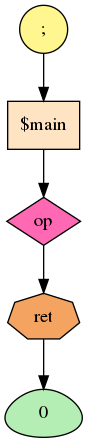
Above: my_dot/temp.png in BiscuitsLayer/9_MyLanguage (Graphviz), before the change. Its source is kept beside it as my_dot/temp.dot.
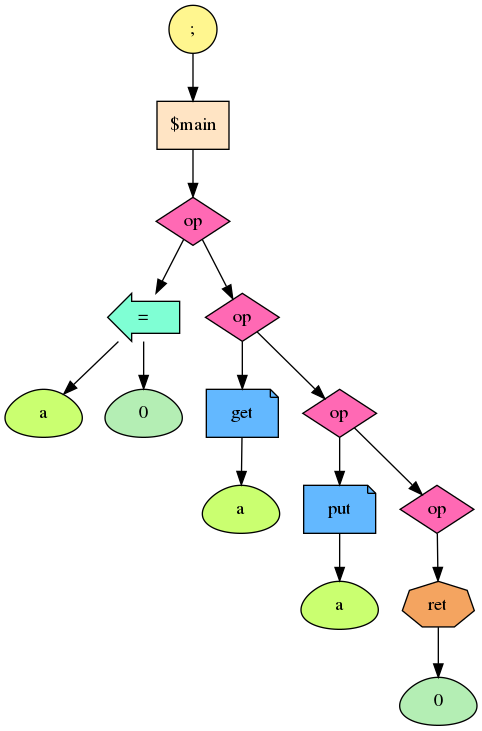
The same diagram one commit later.

The edit, as a diff of the source:
```diff
@@ -1,16 +1,50 @@
 digraph G {
 fontsize = 50
-94557957851888[label = ";", style = "filled", fillcolor = "khaki1", shape = "circle"]
-94557957852016[label = "$main", style = "filled", fillcolor = "bisque", shape = "box"]
-94557957851888 -> 94557957852016
-94557957852016[label = "$main", style = "filled", fillcolor = "bisque", shape = "box"]
-94557957852272[label = "op", style = "filled", fillcolor = "hotpink", shape = "diamond"]
-94557957852016 -> 94557957852272
-94557957852272[label = "op", style = "filled", fillcolor = "hotpink", shape = "diamond"]
-94557957852400[label = "ret", style = "filled", fillcolor = "sandybrown", shape = "septagon"]
-94557957852272 -> 94557957852400
-94557957852400[label = "ret", style = "filled", fillcolor = "sandybrown", shape = "septagon"]
-94557957852656[label = "0", style = "filled", fillcolor = "darkseagreen2", shape = "egg"]
-94557957852400 -> 94557957852656
-94557957852656[label = "0", style = "filled", fillcolor = "darkseagreen2", shape = "egg"]
+94609332742928[label = ";", style = "filled", fillcolor = "khaki1", shape = "circle"]
+94609332743056[label = "$main", style = "filled", fillcolor = "bisque", shape = "box"]
+94609332742928 -> 94609332743056
+94609332743056[label = "$main", style = "filled", fillcolor = "bisque", shape = "box"]
+94609332743312[label = "op", style = "filled", fillcolor = "hotpink", shape = "diamond"]
+94609332743056 -> 94609332743312
+94609332743312[label = "op", style = "filled", fillcolor = "hotpink", shape = "diamond"]
+94609332743440[label = "=", style = "filled", fillcolor = "aquamarine", shape = "larrow"]
+94609332743312 -> 94609332743440
+94609332743440[label = "=", style = "filled", fillcolor = "aquamarine", shape = "larrow"]
+94609332743504[label = "a", style = "filled", fillcolor = "darkolivegreen1", shape = "egg"]
+94609332743440 -> 94609332743504
+94609332743504[label = "a", style = "filled", fillcolor = "darkolivegreen1", shape = "egg"]
+94609332743440[label = "=", style = "filled", fillcolor = "aquamarine", shape = "larrow"]
+94609332743760[label = "0", style = "filled", fillcolor = "darkseagreen2", shape = "egg"]
+94609332743440 -> 94609332743760
+94609332743760[label = "0", style = "filled", fillcolor = "darkseagreen2", shape = "egg"]
+94609332743312[label = "op", style = "filled", fillcolor = "hotpink", shape = "diamond"]
+94609332743888[label = "op", style = "filled", fillcolor = "hotpink", shape = "diamond"]
+94609332743312 -> 94609332743888
+94609332743888[label = "op", style = "filled", fillcolor = "hotpink", shape = "diamond"]
+94609332744016[label = "get", style = "filled", fillcolor = "steelblue1", shape = "note"]
+94609332743888 -> 94609332744016
+94609332744016[label = "get", style = "filled", fillcolor = "steelblue1", shape = "note"]
+94609332744144[label = "a", style = "filled", fillcolor = "darkolivegreen1", shape = "egg"]
+94609332744016 -> 94609332744144
+94609332744144[label = "a", style = "filled", fillcolor = "darkolivegreen1", shape = "egg"]
+94609332743888[label = "op", style = "filled", fillcolor = "hotpink", shape = "diamond"]
+94609332744272[label = "op", style = "filled", fillcolor = "hotpink", shape = "diamond"]
+94609332743888 -> 94609332744272
+94609332744272[label = "op", style = "filled", fillcolor = "hotpink", shape = "diamond"]
+94609332744400[label = "put", style = "filled", fillcolor = "steelblue1", shape = "note"]
+94609332744272 -> 94609332744400
+94609332744400[label = "put", style = "filled", fillcolor = "steelblue1", shape = "note"]
+94609332744720[label = "a", style = "filled", fillcolor = "darkolivegreen1", shape = "egg"]
+94609332744400 -> 94609332744720
+94609332744720[label = "a", style = "filled", fillcolor = "darkolivegreen1", shape = "egg"]
+94609332744272[label = "op", style = "filled", fillcolor = "hotpink", shape = "diamond"]
+94609332744848[label = "op", style = "filled", fillcolor = "hotpink", shape = "diamond"]
+94609332744272 -> 94609332744848
+94609332744848[label = "op", style = "filled", fillcolor = "hotpink", shape = "diamond"]
+94609332744976[label = "ret", style = "filled", fillcolor = "sandybrown", shape = "septagon"]
+94609332744848 -> 94609332744976
+94609332744976[label = "ret", style = "filled", fillcolor = "sandybrown", shape = "septagon"]
+94609332745232[label = "0", style = "filled", fillcolor = "darkseagreen2", shape = "egg"]
+94609332744976 -> 94609332745232
+94609332745232[label = "0", style = "filled", fillcolor = "darkseagreen2", shape = "egg"]
 }
```
